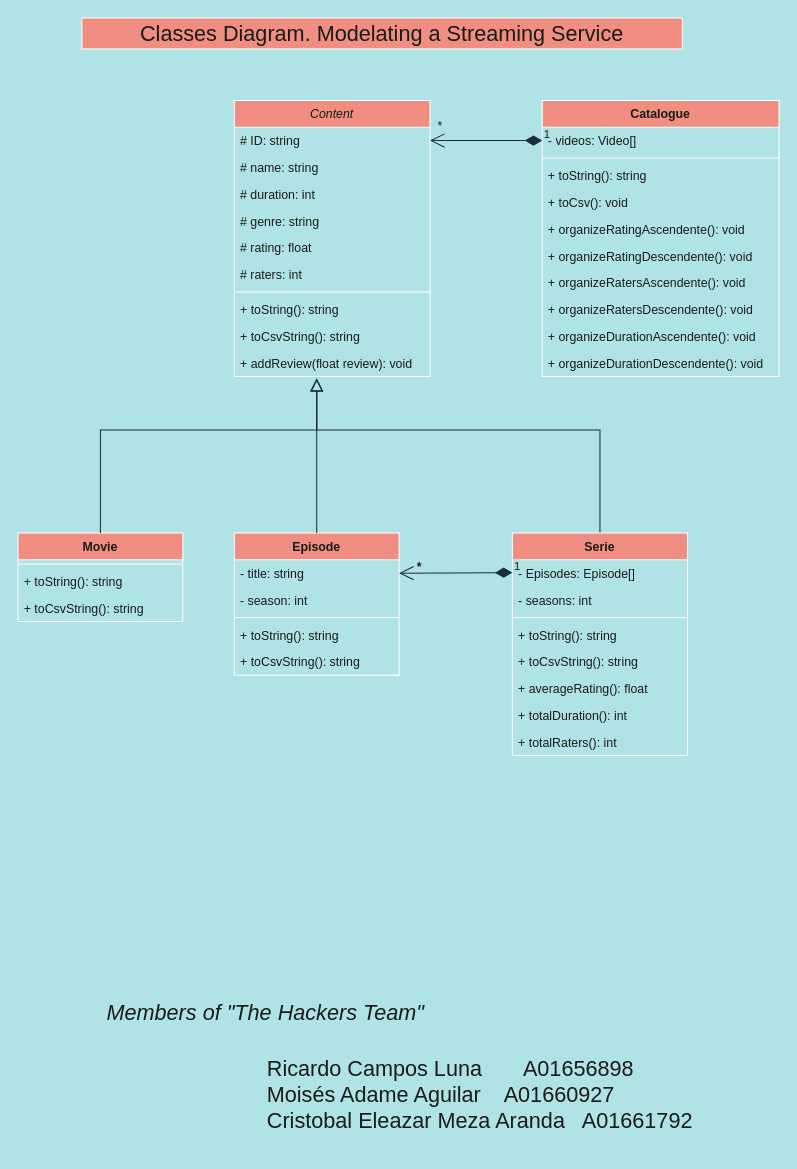
Above: Classes Diagram.drawio in AntonioLaurance/Modelado-de-Streaming (draw.io), before the change. Source tidied: cells renumbered, new cells numbered last; positions are measured from the earlier drawing's top-left corner, leaving out a move shared by most shapes. Both pictures are drawn from the tidied source at 103%, with x=0, y=0 at pixel (18, 18).
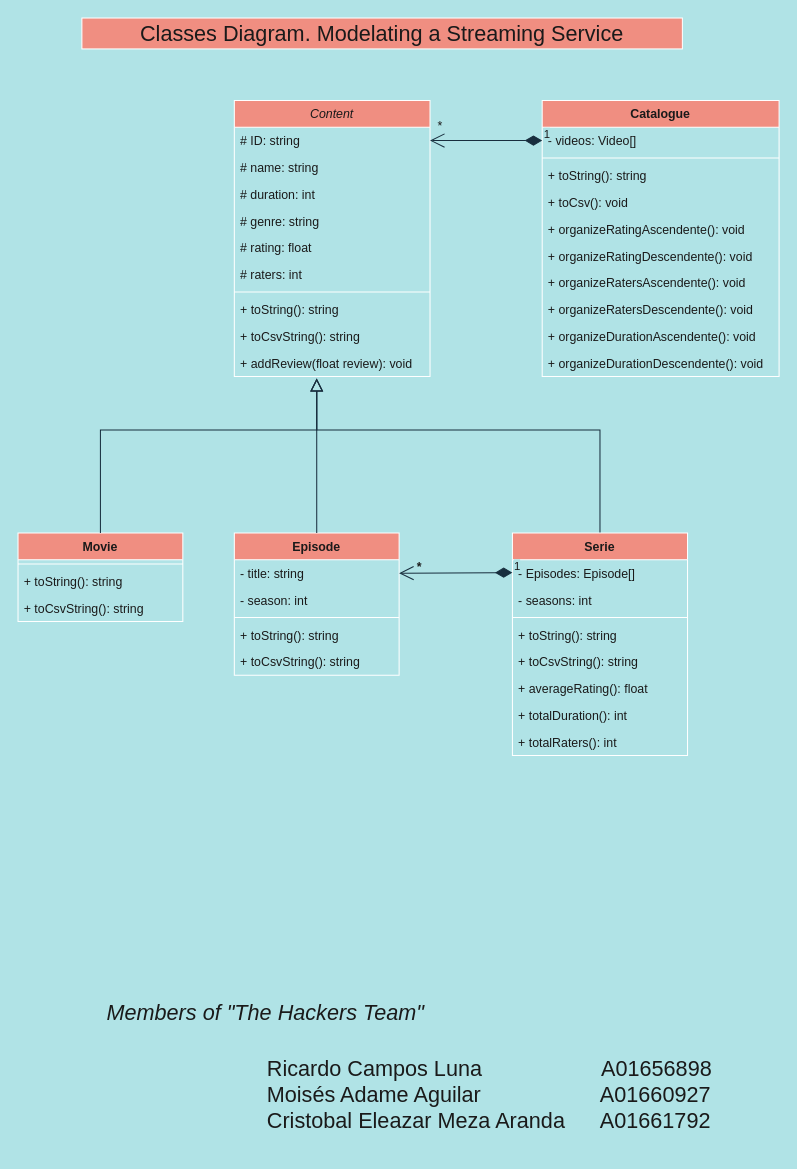
The same page after the edit.

What changed in the source:
```diff
@@
-    <mxCell id="52" value="Ricardo Campos Luna &amp;nbsp;&amp;nbsp;&lt;span style=&quot;white-space: pre;&quot;&gt; &lt;span style=&quot;white-space: pre;&quot;&gt; &lt;span style=&quot;white-space: pre;&quot;&gt; &lt;/span&gt;&lt;/span&gt;&lt;/span&gt; A01656898&lt;br&gt;Moisés Adame Aguilar&lt;span style=&quot;white-space: pre;&quot;&gt; &lt;span style=&quot;white-space: pre;&quot;&gt; &lt;span style=&quot;white-space: pre;&quot;&gt; &lt;/span&gt;&lt;/span&gt;&lt;/span&gt; A01660927&lt;br&gt;Cristobal Eleazar Meza Aranda &lt;span style=&quot;white-space: pre;&quot;&gt;  &lt;/span&gt;A01661792&amp;nbsp;" style="text;html=1;strokeColor=none;fillColor=none;align=left;verticalAlign=middle;whiteSpace=wrap;rounded=0;fontSize=21;fontColor=#1A1A1A;" parent="1" vertex="1">
+    <mxCell id="52" value="Ricardo Campos Luna &amp;nbsp;&amp;nbsp;&lt;span style=&quot;white-space: pre;&quot;&gt; &lt;span style=&quot;white-space: pre;&quot;&gt; &lt;span style=&quot;white-space: pre;&quot;&gt;  &lt;/span&gt;&lt;span style=&quot;white-space: pre;&quot;&gt; &lt;/span&gt;&lt;/span&gt;&lt;/span&gt;&amp;nbsp; &amp;nbsp; &amp;nbsp; &amp;nbsp; &amp;nbsp; &amp;nbsp;&lt;span style=&quot;white-space: pre;&quot;&gt; &lt;/span&gt;A01656898&lt;br&gt;Moisés Adame Aguilar&lt;span style=&quot;white-space: pre;&quot;&gt; &lt;span style=&quot;white-space: pre;&quot;&gt; &lt;span style=&quot;white-space: pre;&quot;&gt; &lt;/span&gt;&lt;/span&gt;&lt;/span&gt; &lt;span style=&quot;white-space: pre;&quot;&gt; &lt;span style=&quot;white-space: pre;&quot;&gt;               &lt;/span&gt;&lt;/span&gt;A01660927&lt;br&gt;Cristobal Eleazar Meza Aranda &lt;span style=&quot;white-space: pre;&quot;&gt;     &lt;/span&gt;A01661792&amp;nbsp;" style="text;html=1;strokeColor=none;fillColor=none;align=left;verticalAlign=middle;whiteSpace=wrap;rounded=0;fontSize=21;fontColor=#1A1A1A;" parent="1" vertex="1">
       <mxGeometry x="240" y="990" width="460" height="110" as="geometry" />
     </mxCell>
```
